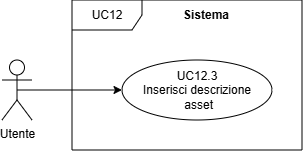
This is src/images/diagrammiUML/UC-12.3.png from CoderiusGroup/Documentazione, a draw.io export, as it was before one commit. Source tidied: cells renumbered, new cells last; positions are measured from the earlier drawing's top-left corner, leaving out a move shared by most shapes.
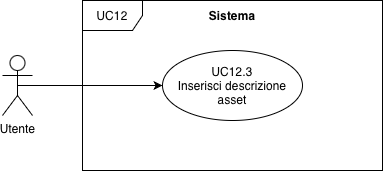
Above is the later version.

Change to the diagram source:
```diff
@@ -1,21 +1,21 @@
 <mxGraphModel>
   <root>
-    <mxCell id="0" />
+    <mxCell id="0" style="html=1;" />
-    <mxCell id="1" parent="0" />
+    <mxCell id="1" style="html=1;" parent="0" />
-    <mxCell id="2" style="edgeStyle=orthogonalEdgeStyle;rounded=0;jettySize=auto;html=1;exitX=0.5;exitY=0.5;exitDx=0;exitDy=0;exitPerimeter=0;entryX=0;entryY=0.5;entryDx=0;entryDy=0;" parent="1" edge="1" source="3" target="4">
-      <mxGeometry relative="1" as="geometry" />
-    </mxCell>
-    <mxCell id="3" value="Utente" style="shape=umlActor;verticalLabelPosition=bottom;verticalAlign=top;html=1;outlineConnect=0;" parent="1" vertex="1">
-      <mxGeometry y="60" width="30" height="60" as="geometry" />
+    <mxCell id="3" value="Utente" style="shape=umlActor;verticalLabelPosition=bottom;verticalAlign=top;html=1;" parent="1" vertex="1">
+      <mxGeometry x="296" y="165" width="30" height="60" as="geometry" />
     </mxCell>
-    <mxCell id="4" value="UC12.3&lt;div&gt;Inserisci descrizione&lt;/div&gt;&lt;div&gt;&amp;nbsp;asset&lt;/div&gt;" style="ellipse;html=1;whiteSpace=wrap;" parent="1" vertex="1">
-      <mxGeometry x="120" y="60" width="150" height="60" as="geometry" />
+    <mxCell id="4" value="UC12.3&lt;div&gt;Inserisci descrizione asset&lt;/div&gt;" style="ellipse;whiteSpace=wrap;html=1;" parent="1" vertex="1">
+      <mxGeometry x="456" y="160" width="140" height="70" as="geometry" />
     </mxCell>
+    <mxCell id="2" style="endArrow=classic;html=1;rounded=0;exitX=0.5;exitY=0.5;exitDx=0;exitDy=0;exitPerimeter=0;entryX=0;entryY=0.5;entryDx=0;entryDy=0;endFill=1;" parent="1" edge="1" source="3" target="4">
+      <mxGeometry relative="1" as="geometry" />
+    </mxCell>
+    <mxCell id="6" value="Sistema" style="text;html=1;whiteSpace=wrap;strokeColor=none;fillColor=none;align=center;verticalAlign=middle;rounded=0;fontStyle=1;" parent="1" vertex="1">
+      <mxGeometry x="496" y="110" width="60" height="30" as="geometry" />
+    </mxCell>
-    <mxCell id="5" value="UC12" style="shape=umlFrame;whiteSpace=wrap;html=1;width=70;height=30;" parent="1" vertex="1">
-      <mxGeometry x="70" width="230" height="150" as="geometry" />
+    <mxCell id="5" value="UC12" style="shape=umlFrame;whiteSpace=wrap;html=1;" parent="1" vertex="1">
+      <mxGeometry x="376" y="110" width="300" height="170" as="geometry" />
     </mxCell>
-    <mxCell id="6" value="&lt;b&gt;Sistema&lt;/b&gt;" style="text;html=1;whiteSpace=wrap;strokeColor=none;fillColor=none;align=center;verticalAlign=middle;rounded=0;" parent="5" vertex="1">
-      <mxGeometry x="104" width="60" height="30" as="geometry" />
-    </mxCell>
   </root>
 </mxGraphModel>
```
